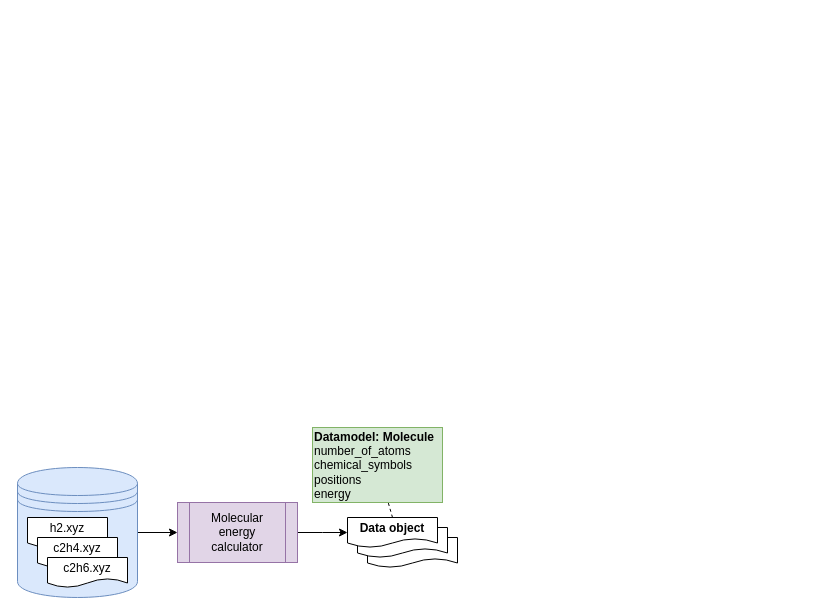
Before: page "Page-1" (2 of 8) of examples/dehydrogenation/figs/dehydrogenation.drawio in SINTEF/dlite, a draw.io diagram. Source tidied: cells renumbered, new cells numbered last; positions are measured from the earlier drawing's top-left corner, leaving out a move shared by most shapes. Both pictures are drawn from the tidied source at 100%, with x=0, y=0 at pixel (17, 17).
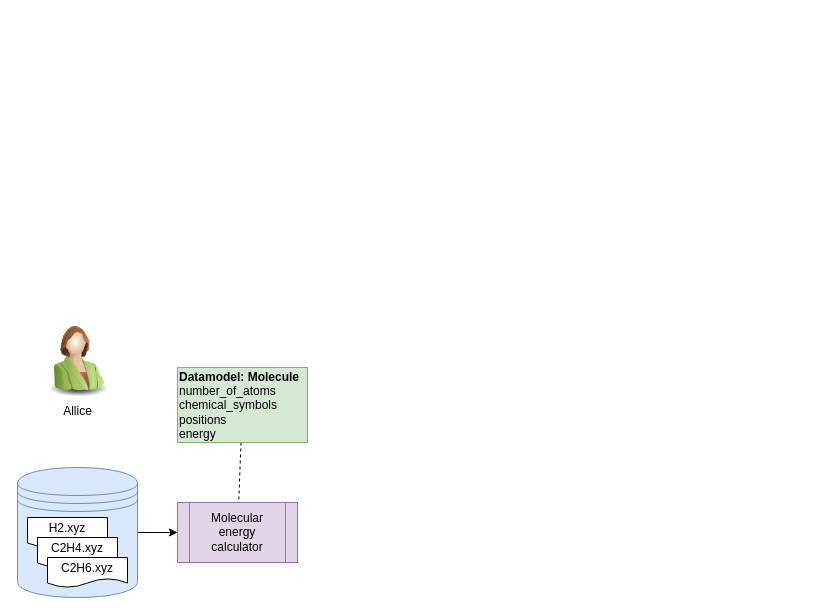
The same page after the edit.

The edit, as a diff of the source:
```diff
@@
 <mxGraphModel>
   <root>
     <mxCell id="0" />
     <mxCell id="1" parent="0" />
-    <mxCell id="2" style="shape=document;whiteSpace=wrap;html=1;boundedLbl=1;align=center;" parent="1" vertex="1">
-      <mxGeometry x="350" y="520" width="90" height="30" as="geometry" />
-    </mxCell>
-    <mxCell id="3" style="shape=document;whiteSpace=wrap;html=1;boundedLbl=1;align=center;" parent="1" vertex="1">
-      <mxGeometry x="340" y="510" width="90" height="30" as="geometry" />
-    </mxCell>
     <mxCell id="4" style="edgeStyle=orthogonalEdgeStyle;rounded=0;jettySize=auto;html=1;" parent="1" edge="1" source="5" target="10">
       <mxGeometry relative="1" as="geometry" />
     </mxCell>
     <mxCell id="5" style="shape=datastore;whiteSpace=wrap;html=1;fillColor=#dae8fc;strokeColor=#6c8ebf;" parent="1" vertex="1">
       <mxGeometry y="450" width="120" height="130" as="geometry" />
     </mxCell>
-    <mxCell id="6" value="h2.xyz" style="shape=document;whiteSpace=wrap;html=1;boundedLbl=1;" parent="1" vertex="1">
+    <mxCell id="6" value="H2.xyz" style="shape=document;whiteSpace=wrap;html=1;boundedLbl=1;" parent="1" vertex="1">
       <mxGeometry x="10" y="500" width="80" height="30" as="geometry" />
     </mxCell>
-    <mxCell id="7" value="c2h4.xyz" style="shape=document;whiteSpace=wrap;html=1;boundedLbl=1;" parent="1" vertex="1">
+    <mxCell id="7" value="C2H4.xyz" style="shape=document;whiteSpace=wrap;html=1;boundedLbl=1;" parent="1" vertex="1">
       <mxGeometry x="20" y="520" width="80" height="30" as="geometry" />
     </mxCell>
-    <mxCell id="8" value="c2h6.xyz" style="shape=document;whiteSpace=wrap;html=1;boundedLbl=1;" parent="1" vertex="1">
+    <mxCell id="8" value="C2H6.xyz" style="shape=document;whiteSpace=wrap;html=1;boundedLbl=1;" parent="1" vertex="1">
       <mxGeometry x="30" y="540" width="80" height="30" as="geometry" />
     </mxCell>
-    <mxCell id="9" style="edgeStyle=orthogonalEdgeStyle;rounded=0;jettySize=auto;html=1;entryX=0;entryY=0.5;entryDx=0;entryDy=0;" parent="1" edge="1" source="10">
-      <mxGeometry relative="1" as="geometry">
-        <mxPoint x="330" y="515" as="targetPoint" />
-      </mxGeometry>
-    </mxCell>
     <mxCell id="10" value="Molecular&lt;br&gt;energy&lt;br&gt;calculator" style="shape=process;whiteSpace=wrap;html=1;backgroundOutline=1;fillColor=#e1d5e7;strokeColor=#9673a6;" parent="1" vertex="1">
       <mxGeometry x="160" y="485" width="120" height="60" as="geometry" />
     </mxCell>
-    <mxCell id="11" value="&lt;b&gt;Data object&lt;/b&gt;" style="shape=document;whiteSpace=wrap;html=1;boundedLbl=1;align=center;" parent="1" vertex="1">
-      <mxGeometry x="330" y="500" width="90" height="30" as="geometry" />
-    </mxCell>
+    <mxCell id="15" style="rounded=0;jettySize=auto;html=1;dashed=1;strokeWidth=1;endFill=0;endArrow=none;" parent="1" edge="1" source="12" target="10">
+      <mxGeometry relative="1" as="geometry" />
+    </mxCell>
     <mxCell id="12" value="&lt;b&gt;Datamodel: Molecule&lt;/b&gt;&lt;br&gt;number_of_atoms&lt;br&gt;chemical_symbols&lt;br&gt;positions&lt;br&gt;energy" style="whiteSpace=wrap;html=1;rounded=0;align=left;strokeColor=#82b366;fillColor=#d5e8d4;" parent="1" vertex="1">
-      <mxGeometry x="295" y="410" width="130" height="75" as="geometry" />
+      <mxGeometry x="160" y="350" width="130" height="75" as="geometry" />
     </mxCell>
     <mxCell id="13" style="rounded=0;whiteSpace=wrap;html=1;strokeColor=none;" parent="1" vertex="1">
       <mxGeometry x="722" width="60" height="60" as="geometry" />
     </mxCell>
-    <mxCell id="14" style="edgeStyle=none;rounded=0;orthogonalLoop=1;jettySize=auto;html=1;endArrow=none;endFill=0;strokeWidth=1;dashed=1;exitX=0.5;exitY=0;exitDx=0;exitDy=0;" parent="1" edge="1">
-      <mxGeometry relative="1" as="geometry">
-        <mxPoint x="375" y="500" as="sourcePoint" />
-        <mxPoint x="370.7" y="485" as="targetPoint" />
-      </mxGeometry>
-    </mxCell>
+    <mxCell id="16" value="Allice" style="image;html=1;image=img/lib/clip_art/people/Suit_Woman_Green_128x128.png;" parent="1" vertex="1">
+      <mxGeometry x="20" y="300" width="80" height="80" as="geometry" />
+    </mxCell>
   </root>
 </mxGraphModel>
```
